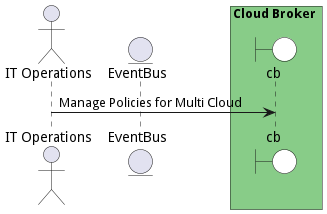
This is docs/edgemere/sml/cb/usecases/managemulticloud/ManagePoliciesforMultiCloud.png from madajaju/edgemere, a PlantUML export, as it was before one commit.
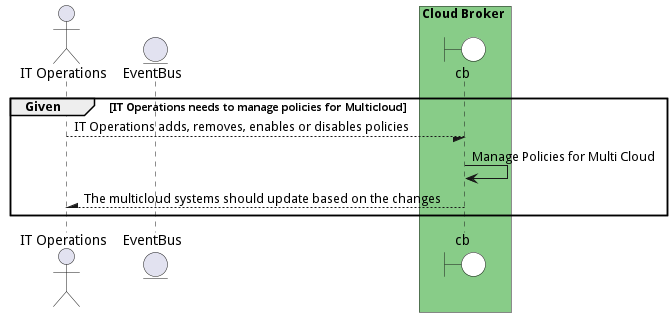
Above is the later version.

Diff of the diagram source:
```diff
@@ -1,4 +1,5 @@
 @startuml
+
 
 actor "IT Operations"
 
@@ -10,9 +11,16 @@
 end box
 
 
+group Given [IT Operations needs to manage policies for Multicloud]
 
-"IT Operations" -> cb: Manage Policies for Multi Cloud
+"IT Operations" --/ cb: IT Operations adds, removes, enables or disables policies
+"cb" -> cb: Manage Policies for Multi Cloud
 
 
 
+"IT Operations" /-- cb: The multicloud systems should update based on the changes
+
+
+end
+
 @enduml
```
